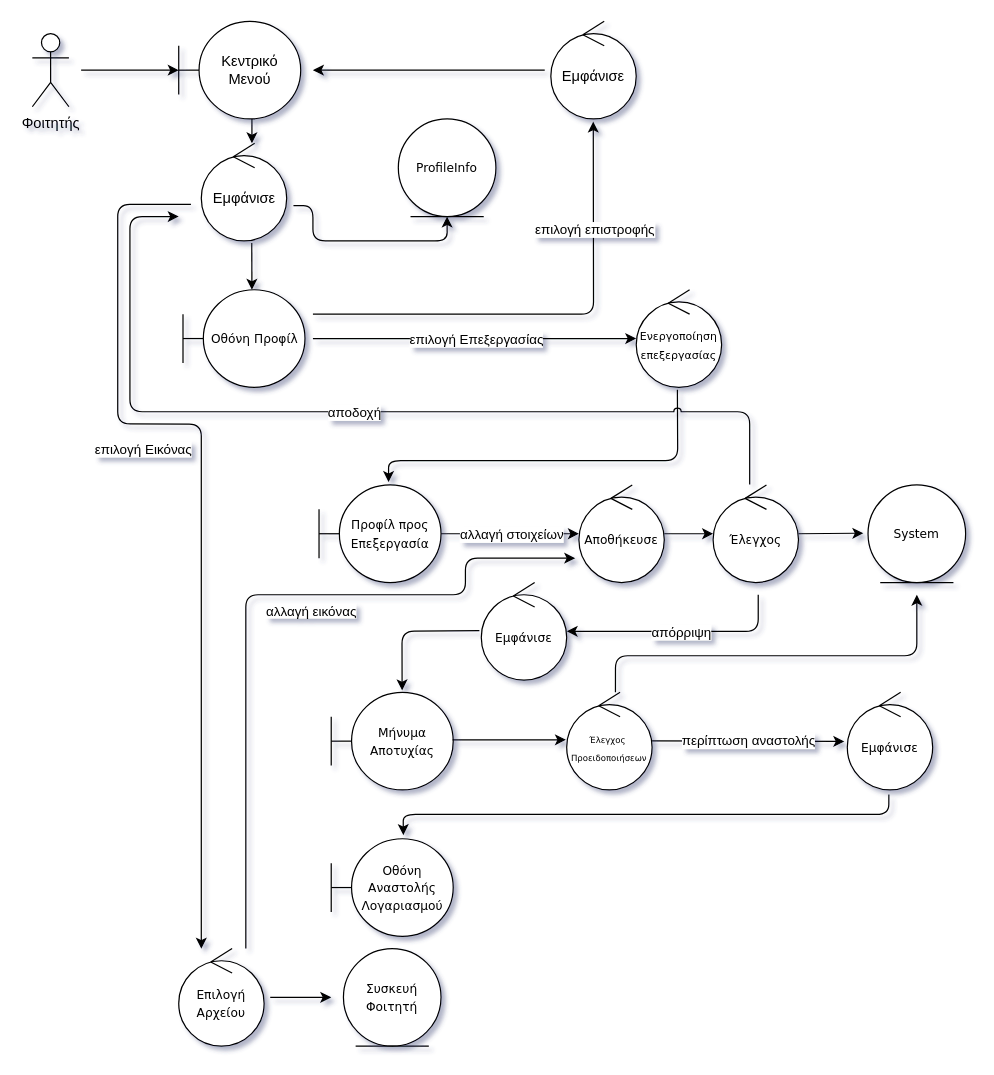
Earlier version of the draw.io diagram page "Profile" (3 of 10) of docs/Contributions/Vaggelis/Robustness-diagrams-v0.1.drawio (Ibournakas/PaPapp). Source tidied: cells renumbered, new cells numbered last; positions are measured from the earlier drawing's top-left corner, leaving out a move shared by most shapes. Both pictures are drawn from the tidied source at 122%, with x=0, y=0 at pixel (32, 21).
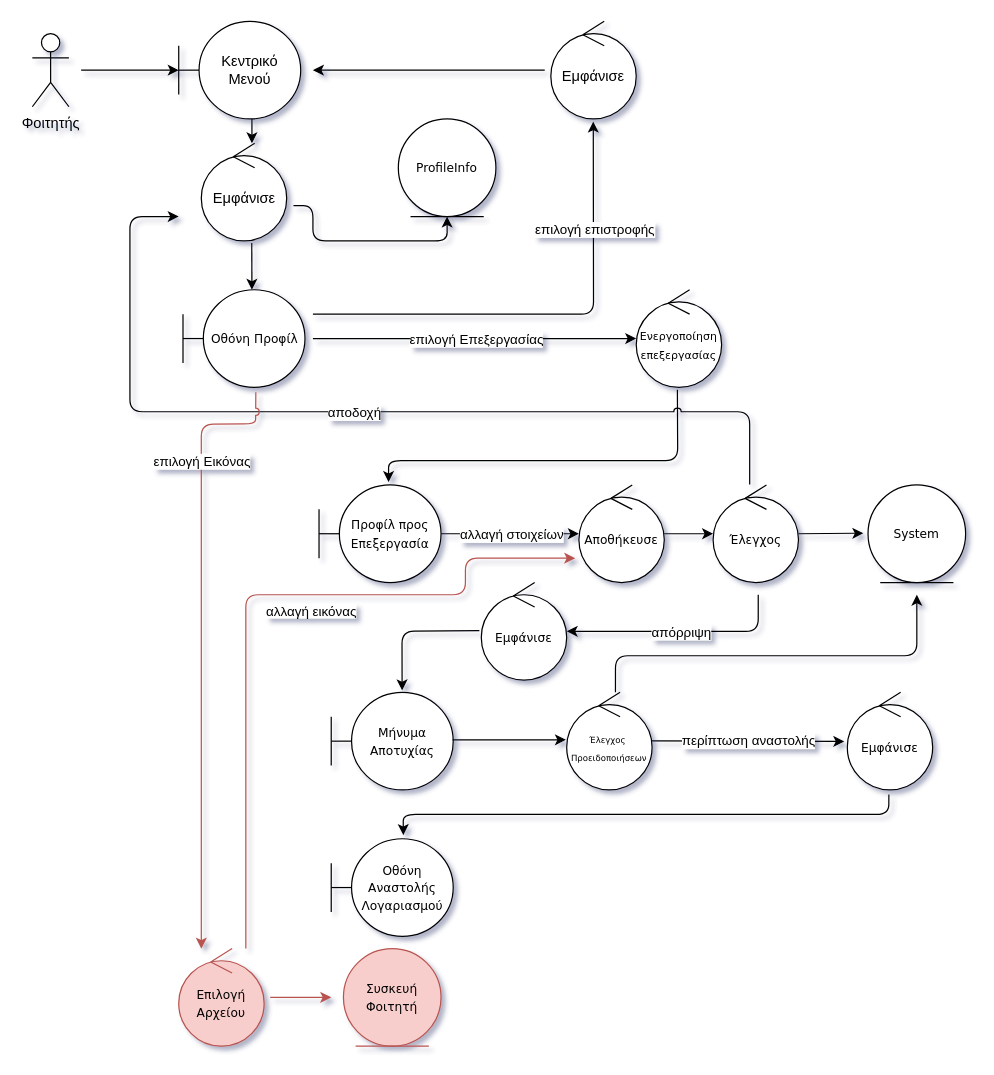
After the change.

Unchanged cells that the change refers to:
```xml
<mxCell id="4" value="&lt;font style=&quot;font-size: 10px;&quot; face=&quot;Verdana&quot;&gt;Οθόνη Προφίλ&lt;/font&gt;" style="shape=umlBoundary;whiteSpace=wrap;html=1;rounded=1;" parent="1" vertex="1">
  <mxGeometry x="123.5" y="220" width="100" height="80" as="geometry" />
</mxCell>
```

Diff of the diagram source:
```diff
@@
-    <mxCell id="38" style="endArrow=classic;html=1;rounded=1;" parent="1" edge="1">
+    <mxCell id="38" style="endArrow=classic;html=1;rounded=1;exitX=0.597;exitY=1.05;exitDx=0;exitDy=0;exitPerimeter=0;jumpStyle=arc;fillColor=#f8cecc;strokeColor=#b85450;" parent="1" edge="1" source="4">
       <mxGeometry relative="1" as="geometry">
-        <mxPoint x="130" y="150" as="sourcePoint" />
         <mxPoint x="138.5" y="760.1" as="targetPoint" />
         <Array as="points">
-          <mxPoint x="70" y="150" />
-          <mxPoint x="70" y="330" />
+          <mxPoint x="183" y="330" />
           <mxPoint x="138.5" y="330.1" />
         </Array>
       </mxGeometry>
     </mxCell>
     <mxCell id="39" value="επιλογή Εικόνας" style="edgeLabel;html=1;align=center;verticalAlign=middle;rounded=1;" parent="1" vertex="1">
-      <mxGeometry x="90" y="350" as="geometry" />
+      <mxGeometry x="138.5" y="360" as="geometry" />
     </mxCell>
-    <mxCell id="40" value="&lt;font face=&quot;Verdana&quot;&gt;&lt;span style=&quot;font-size: 10px;&quot;&gt;Συσκευή Φοιτητή&lt;/span&gt;&lt;/font&gt;" style="ellipse;shape=umlEntity;whiteSpace=wrap;html=1;rounded=1;" parent="1" vertex="1">
+    <mxCell id="40" value="&lt;font face=&quot;Verdana&quot;&gt;&lt;span style=&quot;font-size: 10px;&quot;&gt;Συσκευή Φοιτητή&lt;/span&gt;&lt;/font&gt;" style="ellipse;shape=umlEntity;whiteSpace=wrap;html=1;rounded=1;fillColor=#f8cecc;strokeColor=#b85450;" parent="1" vertex="1">
       <mxGeometry x="255" y="760" width="80" height="80" as="geometry" />
     </mxCell>
-    <mxCell id="41" value="&lt;font face=&quot;Verdana&quot;&gt;&lt;font size=&quot;1&quot;&gt;Επιλογή Αρχείου&lt;/font&gt;&lt;br&gt;&lt;/font&gt;" style="ellipse;shape=umlControl;whiteSpace=wrap;html=1;rounded=1;" parent="1" vertex="1">
+    <mxCell id="41" value="&lt;font face=&quot;Verdana&quot;&gt;&lt;font size=&quot;1&quot;&gt;Επιλογή Αρχείου&lt;/font&gt;&lt;br&gt;&lt;/font&gt;" style="ellipse;shape=umlControl;whiteSpace=wrap;html=1;rounded=1;fillColor=#f8cecc;strokeColor=#b85450;" parent="1" vertex="1">
       <mxGeometry x="120" y="760" width="70" height="80" as="geometry" />
     </mxCell>
-    <mxCell id="42" style="endArrow=classic;html=1;rounded=1;" parent="1" edge="1">
+    <mxCell id="42" style="endArrow=classic;html=1;rounded=1;fillColor=#f8cecc;strokeColor=#b85450;" parent="1" edge="1">
       <mxGeometry relative="1" as="geometry">
         <mxPoint x="195" y="800" as="sourcePoint" />
         <mxPoint x="245" y="800" as="targetPoint" />
       </mxGeometry>
     </mxCell>
@@
-    <mxCell id="44" style="endArrow=classic;html=1;rounded=1;" parent="1" edge="1">
+    <mxCell id="44" style="endArrow=classic;html=1;rounded=1;fillColor=#f8cecc;strokeColor=#b85450;" parent="1" edge="1">
       <mxGeometry relative="1" as="geometry">
         <mxPoint x="175" y="760" as="sourcePoint" />
         <mxPoint x="445" y="440" as="targetPoint" />
         <Array as="points">
           <mxPoint x="175" y="470" />
           <mxPoint x="355" y="470" />
           <mxPoint x="355" y="440" />
         </Array>
       </mxGeometry>
     </mxCell>
```
